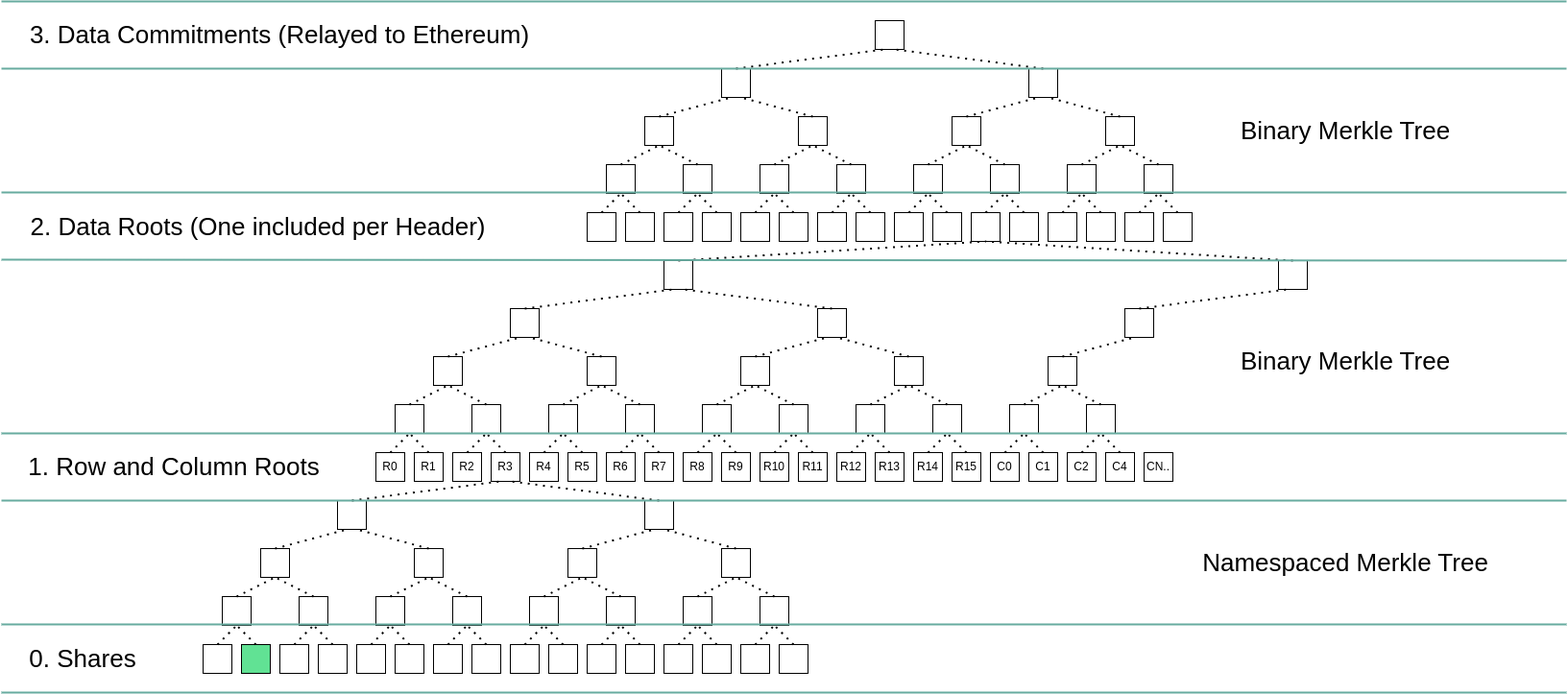
Before: static/img/blobstream-commitment-diagram.png, a diagram exported from draw.io (celestiaorg/docs). Source tidied: cells renumbered, new cells last; positions are measured from the earlier drawing's top-left corner, leaving out a move shared by most shapes.
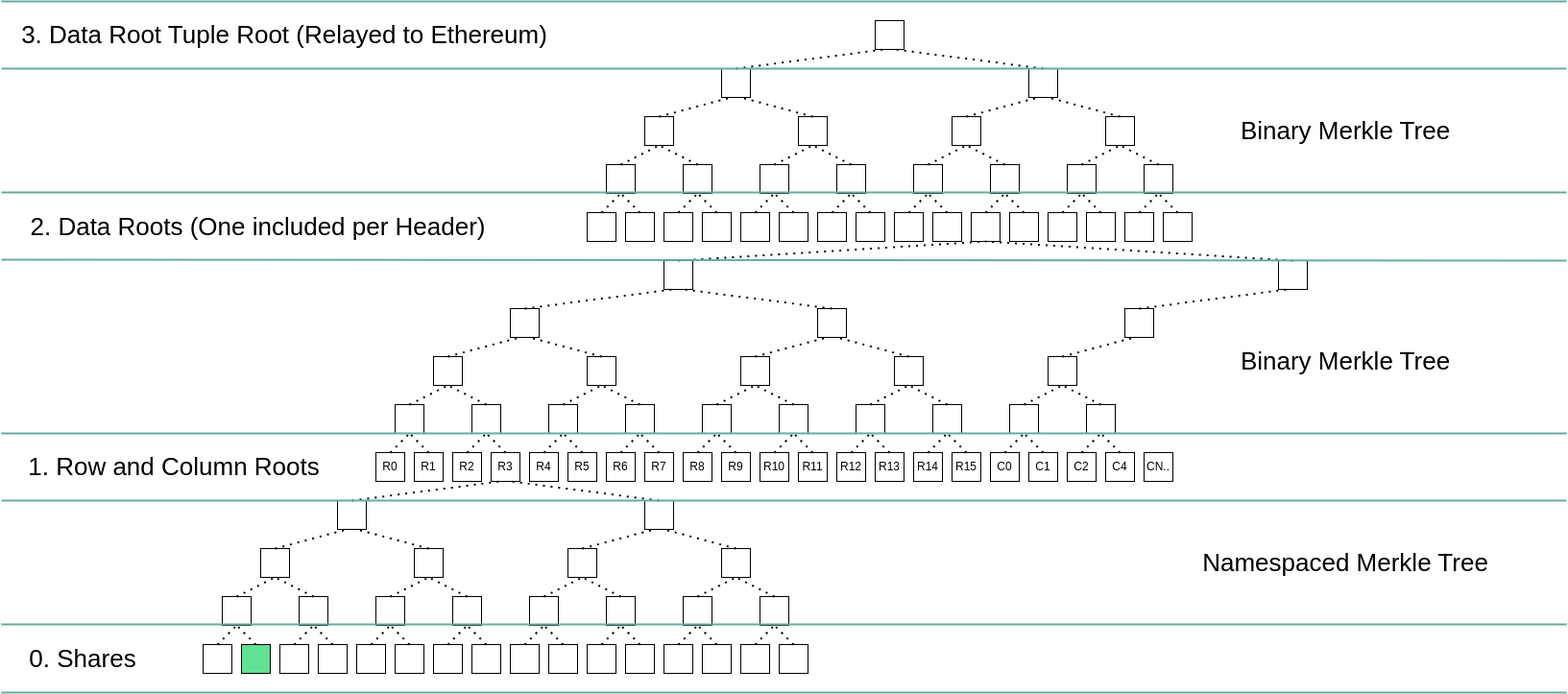
Above is the later version.

Commit message:
fix: use "data root tuple root" instead of data commitment

Change to the diagram source:
```diff
@@ -892,8 +892,8 @@
         <mxPoint x="1630" y="199" as="targetPoint" />
       </mxGeometry>
     </mxCell>
-    <mxCell id="214" value="&lt;font style=&quot;font-size: 26px;&quot;&gt;3. Data Commitments (Relayed to Ethereum)&lt;/font&gt;" style="text;html=1;strokeColor=none;fillColor=none;align=center;verticalAlign=middle;whiteSpace=wrap;rounded=0;" parent="1" vertex="1">
-      <mxGeometry x="20" y="10" width="540" height="50" as="geometry" />
+    <mxCell id="214" value="&lt;font style=&quot;font-size: 26px;&quot;&gt;3. Data Root Tuple Root (Relayed to Ethereum)&lt;/font&gt;" style="text;html=1;strokeColor=none;fillColor=none;align=center;verticalAlign=middle;whiteSpace=wrap;rounded=0;" parent="1" vertex="1">
+      <mxGeometry x="20" y="10" width="550" height="50" as="geometry" />
     </mxCell>
     <mxCell id="215" style="endArrow=none;html=1;strokeWidth=2;rounded=1;strokeColor=#67AB9F;" parent="1" edge="1">
       <mxGeometry relative="1" as="geometry">
```
